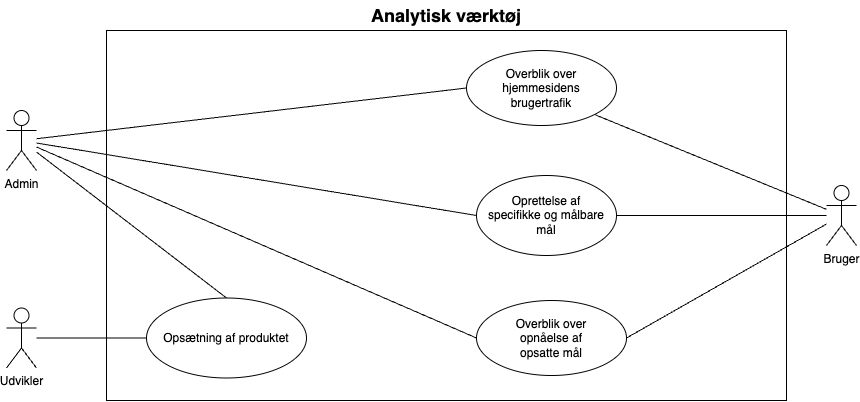
Above: documentation/usecase.drawio.png in Nikditten/BachelorProjekt (draw.io), before the change. Source tidied: cells renumbered, new cells last; positions are measured from the earlier drawing's top-left corner, leaving out a move shared by most shapes.
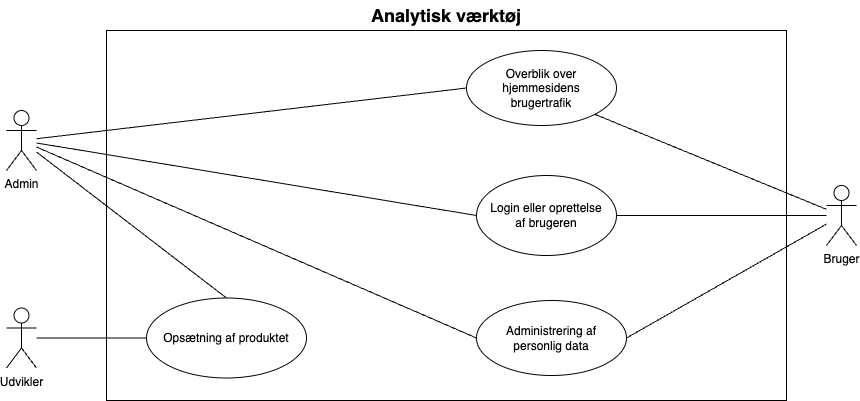
The same diagram one commit later.

The edit, as a diff of the source:
```diff
@@ -38,10 +38,10 @@
     <mxCell id="13" value="Udvikler" style="shape=umlActor;verticalLabelPosition=bottom;verticalAlign=top;html=1;" parent="1" vertex="1">
       <mxGeometry y="307.5" width="30" height="60" as="geometry" />
     </mxCell>
-    <mxCell id="14" value="Oprettelse af &lt;br&gt;specifikke og målbare mål" style="ellipse;whiteSpace=wrap;html=1;" parent="1" vertex="1">
+    <mxCell id="14" value="Login eller oprettelse &lt;br&gt;af brugeren" style="ellipse;whiteSpace=wrap;html=1;" parent="1" vertex="1">
       <mxGeometry x="470" y="175" width="140" height="80" as="geometry" />
     </mxCell>
-    <mxCell id="15" value="Overblik over &lt;br&gt;opnåelse af &lt;br&gt;opsatte mål" style="ellipse;whiteSpace=wrap;html=1;" parent="1" vertex="1">
+    <mxCell id="15" value="Administrering af &lt;br&gt;personlig data" style="ellipse;whiteSpace=wrap;html=1;" parent="1" vertex="1">
       <mxGeometry x="470" y="300" width="150" height="75" as="geometry" />
     </mxCell>
     <mxCell id="16" value="Overblik over hjemmesidens &lt;br&gt;brugertrafik" style="ellipse;whiteSpace=wrap;html=1;" parent="1" vertex="1">
```
